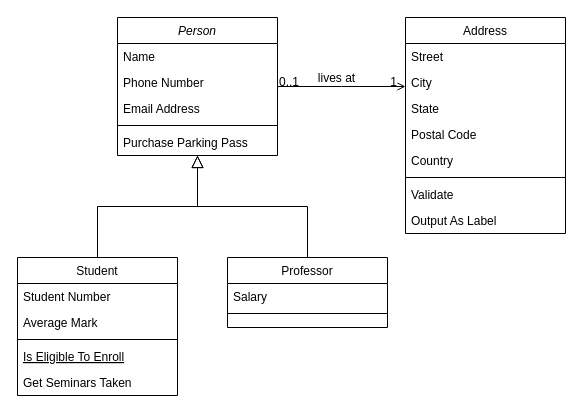
The draw.io diagram Diagrama sem nome.drawio in IzaqueRolim/CrudSpringBoot, before the edit. Source tidied: cells renumbered, new cells numbered last; positions are measured from the earlier drawing's top-left corner, leaving out a move shared by most shapes. Both pictures are drawn from the tidied source at 100%, with x=0, y=0 at pixel (17, 17).
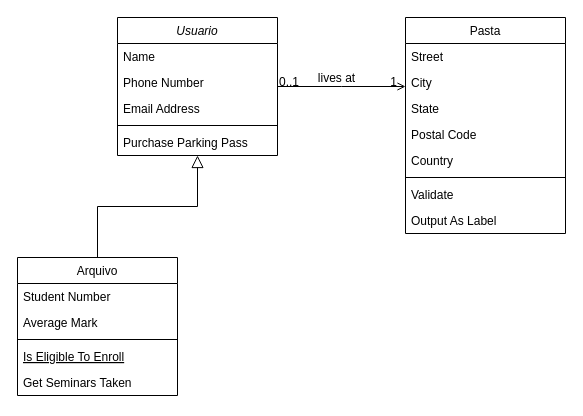
After the change.

What changed in the source:
```diff
@@
-    <mxCell id="2" value="Person" style="swimlane;fontStyle=2;align=center;verticalAlign=top;horizontal=1;startSize=26;rounded=0;shadow=0;strokeWidth=1;" parent="1" vertex="1">
+    <mxCell id="2" value="Usuario" style="swimlane;fontStyle=2;align=center;verticalAlign=top;horizontal=1;startSize=26;rounded=0;shadow=0;strokeWidth=1;" parent="1" vertex="1">
       <mxGeometry x="100" width="160" height="138" as="geometry" />
     </mxCell>
@@
-    <mxCell id="8" value="Student" style="swimlane;fontStyle=0;align=center;verticalAlign=top;horizontal=1;startSize=26;rounded=0;shadow=0;strokeWidth=1;" parent="1" vertex="1">
+    <mxCell id="8" value="Arquivo" style="swimlane;fontStyle=0;align=center;verticalAlign=top;horizontal=1;startSize=26;rounded=0;shadow=0;strokeWidth=1;" parent="1" vertex="1">
       <mxGeometry y="240" width="160" height="138" as="geometry" />
     </mxCell>
@@
-    <mxCell id="15" value="Professor" style="swimlane;fontStyle=0;align=center;verticalAlign=top;horizontal=1;startSize=26;rounded=0;shadow=0;strokeWidth=1;" parent="1" vertex="1">
-      <mxGeometry x="210" y="240" width="160" height="70" as="geometry" />
-    </mxCell>
-    <mxCell id="16" value="Salary" style="text;align=left;verticalAlign=top;spacingLeft=4;spacingRight=4;overflow=hidden;" parent="15" vertex="1">
-      <mxGeometry y="26" width="160" height="26" as="geometry" />
-    </mxCell>
-    <mxCell id="17" style="line;html=1;strokeWidth=1;align=left;verticalAlign=middle;spacingTop=-1;spacingLeft=3;spacingRight=3;labelPosition=right;" parent="15" vertex="1">
-      <mxGeometry y="52" width="160" height="8" as="geometry" />
-    </mxCell>
-    <mxCell id="18" style="endArrow=block;endSize=10;endFill=0;shadow=0;strokeWidth=1;rounded=0;edgeStyle=elbowEdgeStyle;elbow=vertical;" parent="1" edge="1" source="15" target="2">
-      <mxGeometry relative="1" as="geometry" />
-    </mxCell>
-    <mxCell id="19" value="Address" style="swimlane;fontStyle=0;align=center;verticalAlign=top;horizontal=1;startSize=26;rounded=0;shadow=0;strokeWidth=1;" parent="1" vertex="1">
+    <mxCell id="19" value="Pasta" style="swimlane;fontStyle=0;align=center;verticalAlign=top;horizontal=1;startSize=26;rounded=0;shadow=0;strokeWidth=1;" parent="1" vertex="1">
       <mxGeometry x="388" width="160" height="216" as="geometry" />
     </mxCell>
```
